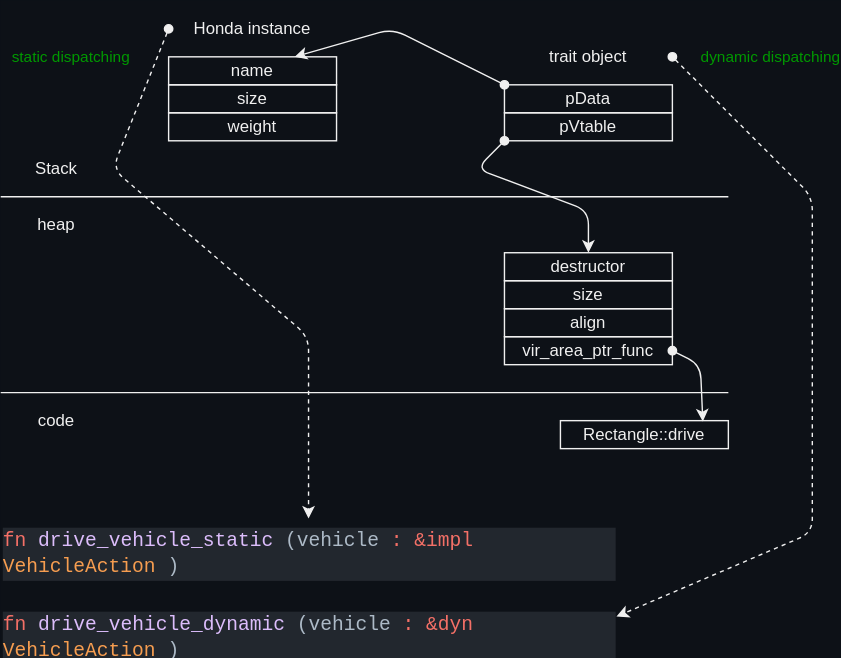
This is docs/rust/trai_bound_and_dispatching/images/static_n_dynamic_dispatch.drawio.svg from htgithub194/self-study, a draw.io export, as it was before one commit. Source tidied: cells renumbered, new cells last; positions are measured from the earlier drawing's top-left corner, leaving out a move shared by most shapes.
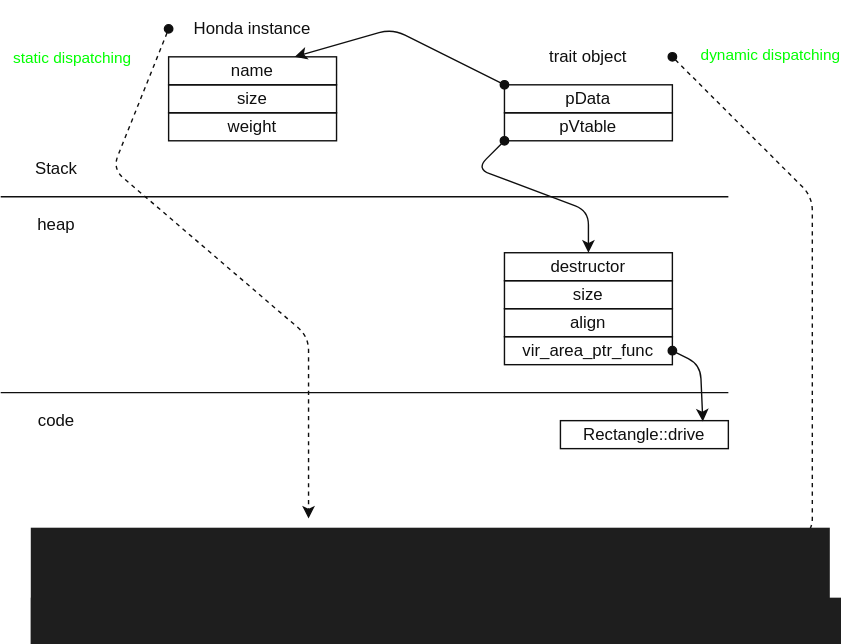
After the change.

Diff of the diagram source:
```diff
@@ -1,48 +1,49 @@
-<mxGraphModel background="#0D1117">
+<mxGraphModel>
   <root>
     <mxCell id="0" />
     <mxCell id="1" parent="0" />
-    <mxCell id="2" value="name" style="rounded=0;whiteSpace=wrap;html=1;fillColor=none;strokeColor=#F0F0F0;fontColor=#F0F0F0;" parent="1" vertex="1">
+    <mxCell id="2" value="name" style="rounded=0;whiteSpace=wrap;html=1;fillColor=none;strokeColor=light-dark(#0F0F0F,#F0F0F0);fontColor=light-dark(#0F0F0F,#F0F0F0);" parent="1" vertex="1">
       <mxGeometry x="120" y="40" width="120" height="20" as="geometry" />
     </mxCell>
-    <mxCell id="3" value="heap" style="text;html=1;strokeColor=none;fillColor=none;align=center;verticalAlign=middle;whiteSpace=wrap;rounded=0;fontColor=#F0F0F0;" parent="1" vertex="1">
+    <mxCell id="3" value="heap" style="text;html=1;strokeColor=none;fillColor=none;align=center;verticalAlign=middle;whiteSpace=wrap;rounded=0;fontColor=light-dark(#0F0F0F,#F0F0F0);" parent="1" vertex="1">
       <mxGeometry y="140" width="80" height="40" as="geometry" />
     </mxCell>
-    <mxCell id="4" value="Stack" style="text;html=1;strokeColor=none;fillColor=none;align=center;verticalAlign=middle;whiteSpace=wrap;rounded=0;fontColor=#F0F0F0;" parent="1" vertex="1">
+    <mxCell id="4" value="Stack" style="text;html=1;strokeColor=none;fillColor=none;align=center;verticalAlign=middle;whiteSpace=wrap;rounded=0;fontColor=light-dark(#0F0F0F,#F0F0F0);" parent="1" vertex="1">
       <mxGeometry y="100" width="80" height="40" as="geometry" />
     </mxCell>
-    <mxCell id="5" value="size" style="rounded=0;whiteSpace=wrap;html=1;fillColor=none;strokeColor=#F0F0F0;fontColor=#F0F0F0;" parent="1" vertex="1">
+    <mxCell id="5" value="size" style="rounded=0;whiteSpace=wrap;html=1;fillColor=none;strokeColor=light-dark(#0F0F0F,#F0F0F0);fontColor=light-dark(#0F0F0F,#F0F0F0);" parent="1" vertex="1">
       <mxGeometry x="120" y="60" width="120" height="20" as="geometry" />
     </mxCell>
-    <mxCell id="6" value="weight" style="rounded=0;whiteSpace=wrap;html=1;fillColor=none;strokeColor=#F0F0F0;fontColor=#F0F0F0;" parent="1" vertex="1">
+    <mxCell id="6" value="weight" style="rounded=0;whiteSpace=wrap;html=1;fillColor=none;strokeColor=light-dark(#0F0F0F,#F0F0F0);fontColor=light-dark(#0F0F0F,#F0F0F0);" parent="1" vertex="1">
       <mxGeometry x="120" y="80" width="120" height="20" as="geometry" />
     </mxCell>
-    <mxCell id="7" style="edgeStyle=none;html=1;entryX=0.5;entryY=0;entryDx=0;entryDy=0;dashed=1;strokeColor=#F0F0F0;fontColor=#F0F0F0;startArrow=oval;startFill=1;exitX=0;exitY=0.5;exitDx=0;exitDy=0;" parent="1" edge="1" source="9" target="16">
+    <mxCell id="7" style="edgeStyle=none;html=1;entryX=0.5;entryY=0;entryDx=0;entryDy=0;dashed=1;strokeColor=light-dark(#0F0F0F,#F0F0F0);fontColor=light-dark(#0F0F0F,#F0F0F0);startArrow=oval;startFill=1;exitX=0;exitY=0.5;exitDx=0;exitDy=0;" parent="1" edge="1" source="9">
       <mxGeometry relative="1" as="geometry">
+        <mxPoint x="220" y="370" as="targetPoint" />
         <Array as="points">
           <mxPoint x="80" y="120" />
           <mxPoint x="220" y="240" />
         </Array>
       </mxGeometry>
     </mxCell>
-    <mxCell id="8" value="static dispatching" style="edgeLabel;html=1;align=center;verticalAlign=middle;fontColor=#009900;labelBackgroundColor=none;" parent="7" vertex="1">
+    <mxCell id="8" value="static dispatching" style="edgeLabel;html=1;align=center;verticalAlign=middle;fontColor=light-dark(#00FF00,#00FF00);labelBackgroundColor=none;" parent="7" vertex="1">
       <mxGeometry x="-0.25" y="-1" relative="1" as="geometry">
         <mxPoint x="-68" y="-114" as="offset" />
       </mxGeometry>
     </mxCell>
-    <mxCell id="9" value="Honda instance" style="text;html=1;strokeColor=none;fillColor=none;align=center;verticalAlign=middle;whiteSpace=wrap;rounded=0;fontColor=#F0F0F0;" parent="1" vertex="1">
+    <mxCell id="9" value="Honda instance" style="text;html=1;strokeColor=none;fillColor=none;align=center;verticalAlign=middle;whiteSpace=wrap;rounded=0;fontColor=light-dark(#0F0F0F,#F0F0F0);" parent="1" vertex="1">
       <mxGeometry x="120" width="120" height="40" as="geometry" />
     </mxCell>
-    <mxCell id="10" style="endArrow=none;html=1;fontColor=#F0F0F0;strokeColor=#F0F0F0;" parent="1" edge="1">
+    <mxCell id="10" style="endArrow=none;html=1;fontColor=light-dark(#0F0F0F,#F0F0F0);strokeColor=light-dark(#0F0F0F,#F0F0F0);" parent="1" edge="1">
       <mxGeometry relative="1" as="geometry">
         <mxPoint y="140" as="sourcePoint" />
         <mxPoint x="520" y="140" as="targetPoint" />
       </mxGeometry>
     </mxCell>
-    <mxCell id="11" value="code" style="text;html=1;strokeColor=none;fillColor=none;align=center;verticalAlign=middle;whiteSpace=wrap;rounded=0;fontColor=#F0F0F0;" parent="1" vertex="1">
+    <mxCell id="11" value="code" style="text;html=1;strokeColor=none;fillColor=none;align=center;verticalAlign=middle;whiteSpace=wrap;rounded=0;fontColor=light-dark(#0F0F0F,#F0F0F0);" parent="1" vertex="1">
       <mxGeometry y="280" width="80" height="40" as="geometry" />
     </mxCell>
-    <mxCell id="12" style="edgeStyle=none;html=1;fontColor=#F0F0F0;exitX=0;exitY=1;exitDx=0;exitDy=0;startArrow=oval;startFill=1;strokeColor=#F0F0F0;" parent="1" edge="1" source="13">
+    <mxCell id="12" style="edgeStyle=none;html=1;fontColor=light-dark(#0F0F0F,#F0F0F0);exitX=0;exitY=1;exitDx=0;exitDy=0;startArrow=oval;startFill=1;strokeColor=light-dark(#0F0F0F,#F0F0F0);" parent="1" edge="1" source="13">
       <mxGeometry relative="1" as="geometry">
         <mxPoint x="420" y="180" as="targetPoint" />
         <Array as="points">
@@ -51,58 +52,53 @@
         </Array>
       </mxGeometry>
     </mxCell>
-    <mxCell id="13" value="pVtable" style="rounded=0;whiteSpace=wrap;html=1;fillColor=none;strokeColor=#F0F0F0;fontColor=#F0F0F0;" parent="1" vertex="1">
+    <mxCell id="13" value="pVtable" style="rounded=0;whiteSpace=wrap;html=1;fillColor=none;strokeColor=light-dark(#0F0F0F,#F0F0F0);fontColor=light-dark(#0F0F0F,#F0F0F0);" parent="1" vertex="1">
       <mxGeometry x="360" y="80" width="120" height="20" as="geometry" />
     </mxCell>
-    <mxCell id="14" style="edgeStyle=none;html=1;entryX=0.75;entryY=1;entryDx=0;entryDy=0;strokeColor=#F0F0F0;fontColor=#F0F0F0;startArrow=oval;startFill=1;exitX=0;exitY=0;exitDx=0;exitDy=0;" parent="1" edge="1" source="15" target="9">
+    <mxCell id="14" style="edgeStyle=none;html=1;entryX=0.75;entryY=1;entryDx=0;entryDy=0;strokeColor=light-dark(#0F0F0F,#F0F0F0);fontColor=light-dark(#0F0F0F,#F0F0F0);startArrow=oval;startFill=1;exitX=0;exitY=0;exitDx=0;exitDy=0;" parent="1" edge="1" source="15" target="9">
       <mxGeometry relative="1" as="geometry">
         <Array as="points">
           <mxPoint x="280" y="20" />
         </Array>
       </mxGeometry>
     </mxCell>
-    <mxCell id="15" value="pData" style="rounded=0;whiteSpace=wrap;html=1;fillColor=none;strokeColor=#F0F0F0;fontColor=#F0F0F0;" parent="1" vertex="1">
+    <mxCell id="15" value="pData" style="rounded=0;whiteSpace=wrap;html=1;fillColor=none;strokeColor=light-dark(#0F0F0F,#F0F0F0);fontColor=light-dark(#0F0F0F,#F0F0F0);" parent="1" vertex="1">
       <mxGeometry x="360" y="60" width="120" height="20" as="geometry" />
     </mxCell>
-    <mxCell id="16" value="&lt;div style=&quot;color: rgb(173, 186, 199); background-color: rgb(34, 39, 46); font-family: Consolas, &amp;quot;Courier New&amp;quot;, monospace; font-weight: normal; font-size: 14px; line-height: 19px;&quot;&gt;&lt;div&gt;&lt;span style=&quot;color: #f47067;&quot;&gt;fn&lt;/span&gt;&lt;span style=&quot;color: #adbac7;&quot;&gt; &lt;/span&gt;&lt;span style=&quot;color: #dcbdfb;&quot;&gt;drive_vehicle_static&lt;/span&gt;&lt;span style=&quot;color: #adbac7;&quot;&gt;(vehicle&lt;/span&gt;&lt;span style=&quot;color: #f47067;&quot;&gt;:&lt;/span&gt;&lt;span style=&quot;color: #adbac7;&quot;&gt; &lt;/span&gt;&lt;span style=&quot;color: #f47067;&quot;&gt;&amp;amp;impl&lt;/span&gt;&lt;span style=&quot;color: #adbac7;&quot;&gt; &lt;/span&gt;&lt;span style=&quot;color: #f69d50;&quot;&gt;VehicleAction&lt;/span&gt;&lt;span style=&quot;color: #adbac7;&quot;&gt;)&lt;/span&gt;&lt;/div&gt;&lt;/div&gt;" style="text;whiteSpace=wrap;html=1;fontColor=#F0F0F0;" parent="1" vertex="1">
-      <mxGeometry y="370" width="440" height="40" as="geometry" />
-    </mxCell>
-    <mxCell id="17" value="&lt;div style=&quot;color: rgb(173, 186, 199); background-color: rgb(34, 39, 46); font-family: Consolas, &amp;quot;Courier New&amp;quot;, monospace; font-weight: normal; font-size: 14px; line-height: 19px;&quot;&gt;&lt;div&gt;&lt;span style=&quot;color: #f47067;&quot;&gt;fn&lt;/span&gt;&lt;span style=&quot;color: #adbac7;&quot;&gt; &lt;/span&gt;&lt;span style=&quot;color: #dcbdfb;&quot;&gt;drive_vehicle_dynamic&lt;/span&gt;&lt;span style=&quot;color: #adbac7;&quot;&gt;(vehicle&lt;/span&gt;&lt;span style=&quot;color: #f47067;&quot;&gt;:&lt;/span&gt;&lt;span style=&quot;color: #adbac7;&quot;&gt; &lt;/span&gt;&lt;span style=&quot;color: #f47067;&quot;&gt;&amp;amp;dyn&lt;/span&gt;&lt;span style=&quot;color: #adbac7;&quot;&gt; &lt;/span&gt;&lt;span style=&quot;color: #f69d50;&quot;&gt;VehicleAction&lt;/span&gt;&lt;span style=&quot;color: #adbac7;&quot;&gt;)&lt;/span&gt;&lt;/div&gt;&lt;/div&gt;" style="text;whiteSpace=wrap;html=1;fontColor=#F0F0F0;" parent="1" vertex="1">
-      <mxGeometry y="430" width="440" height="40" as="geometry" />
-    </mxCell>
-    <mxCell id="18" value="destructor" style="rounded=0;whiteSpace=wrap;html=1;flipH=1;flipV=1;fillColor=none;fontColor=#F0F0F0;strokeColor=#F0F0F0;" parent="1" vertex="1">
+    <mxCell id="18" value="destructor" style="rounded=0;whiteSpace=wrap;html=1;flipH=1;flipV=1;fillColor=none;fontColor=light-dark(#0F0F0F,#F0F0F0);strokeColor=light-dark(#0F0F0F,#F0F0F0);" parent="1" vertex="1">
       <mxGeometry x="360" y="180" width="120" height="20" as="geometry" />
     </mxCell>
-    <mxCell id="19" value="size" style="rounded=0;whiteSpace=wrap;html=1;flipH=1;flipV=1;fillColor=none;fontColor=#F0F0F0;strokeColor=#F0F0F0;" parent="1" vertex="1">
+    <mxCell id="19" value="size" style="rounded=0;whiteSpace=wrap;html=1;flipH=1;flipV=1;fillColor=none;fontColor=light-dark(#0F0F0F,#F0F0F0);strokeColor=light-dark(#0F0F0F,#F0F0F0);" parent="1" vertex="1">
       <mxGeometry x="360" y="200" width="120" height="20" as="geometry" />
     </mxCell>
-    <mxCell id="20" style="edgeStyle=none;html=1;entryX=0.152;entryY=0.972;entryDx=0;entryDy=0;exitX=1;exitY=0.5;exitDx=0;exitDy=0;startArrow=oval;startFill=1;strokeColor=#F0F0F0;entryPerimeter=0;" parent="1" edge="1" source="21" target="22">
+    <mxCell id="20" style="edgeStyle=none;html=1;entryX=0.152;entryY=0.972;entryDx=0;entryDy=0;exitX=1;exitY=0.5;exitDx=0;exitDy=0;startArrow=oval;startFill=1;strokeColor=light-dark(#0F0F0F,#F0F0F0);entryPerimeter=0;fontColor=light-dark(#0F0F0F,#F0F0F0);" parent="1" edge="1" source="21" target="22">
       <mxGeometry relative="1" as="geometry">
         <Array as="points">
           <mxPoint x="500" y="260" />
         </Array>
       </mxGeometry>
     </mxCell>
-    <mxCell id="21" value="vir_area_ptr_func" style="rounded=0;whiteSpace=wrap;html=1;flipH=1;flipV=1;fillColor=none;fontColor=#F0F0F0;strokeColor=#F0F0F0;" parent="1" vertex="1">
+    <mxCell id="21" value="vir_area_ptr_func" style="rounded=0;whiteSpace=wrap;html=1;flipH=1;flipV=1;fillColor=none;fontColor=light-dark(#0F0F0F,#F0F0F0);strokeColor=light-dark(#0F0F0F,#F0F0F0);" parent="1" vertex="1">
       <mxGeometry x="360" y="240" width="120" height="20" as="geometry" />
     </mxCell>
-    <mxCell id="22" value="Rectangle::drive" style="rounded=0;whiteSpace=wrap;html=1;flipH=1;flipV=1;fillColor=none;fontColor=#F0F0F0;strokeColor=#F0F0F0;" parent="1" vertex="1">
+    <mxCell id="22" value="Rectangle::drive" style="rounded=0;whiteSpace=wrap;html=1;flipH=1;flipV=1;fillColor=none;fontColor=light-dark(#0F0F0F,#F0F0F0);strokeColor=light-dark(#0F0F0F,#F0F0F0);" parent="1" vertex="1">
       <mxGeometry x="400" y="300" width="120" height="20" as="geometry" />
     </mxCell>
-    <mxCell id="23" value="align" style="rounded=0;whiteSpace=wrap;html=1;flipH=1;flipV=1;fillColor=none;fontColor=#F0F0F0;strokeColor=#F0F0F0;" parent="1" vertex="1">
+    <mxCell id="23" value="align" style="rounded=0;whiteSpace=wrap;html=1;flipH=1;flipV=1;fillColor=none;fontColor=light-dark(#0F0F0F,#F0F0F0);strokeColor=light-dark(#0F0F0F,#F0F0F0);" parent="1" vertex="1">
       <mxGeometry x="360" y="220" width="120" height="20" as="geometry" />
     </mxCell>
-    <mxCell id="24" style="endArrow=none;html=1;fontColor=#F0F0F0;strokeColor=#F0F0F0;" parent="1" edge="1">
+    <mxCell id="24" style="endArrow=none;html=1;fontColor=light-dark(#0F0F0F,#F0F0F0);strokeColor=light-dark(#0F0F0F,#F0F0F0);" parent="1" edge="1">
       <mxGeometry relative="1" as="geometry">
         <mxPoint y="280" as="sourcePoint" />
         <mxPoint x="520" y="280" as="targetPoint" />
       </mxGeometry>
     </mxCell>
-    <mxCell id="25" value="trait object" style="text;html=1;strokeColor=none;fillColor=none;align=center;verticalAlign=middle;whiteSpace=wrap;rounded=0;fontColor=#F0F0F0;" parent="1" vertex="1">
+    <mxCell id="25" value="trait object" style="text;html=1;strokeColor=none;fillColor=none;align=center;verticalAlign=middle;whiteSpace=wrap;rounded=0;fontColor=light-dark(#0F0F0F,#F0F0F0);" parent="1" vertex="1">
       <mxGeometry x="360" y="20" width="120" height="40" as="geometry" />
     </mxCell>
-    <mxCell id="26" value="dynamic dispatching" style="edgeStyle=none;html=1;strokeColor=#F0F0F0;fontColor=#009900;startArrow=oval;startFill=1;exitX=1;exitY=0.5;exitDx=0;exitDy=0;dashed=1;entryX=1;entryY=0.25;entryDx=0;entryDy=0;labelBackgroundColor=none;" parent="1" edge="1" source="25" target="17">
+    <mxCell id="26" value="dynamic dispatching" style="edgeStyle=none;html=1;strokeColor=light-dark(#0F0F0F,#F0F0F0);fontColor=light-dark(#00FF00,#00FF00);startArrow=oval;startFill=1;exitX=1;exitY=0.5;exitDx=0;exitDy=0;dashed=1;entryX=1;entryY=0.25;entryDx=0;entryDy=0;labelBackgroundColor=none;" parent="1" edge="1" source="25">
       <mxGeometry x="-0.81" y="49" relative="1" as="geometry">
+        <mxPoint x="440" y="440" as="targetPoint" />
         <Array as="points">
           <mxPoint x="580" y="140" />
           <mxPoint x="580" y="380" />
@@ -110,5 +106,11 @@
         <mxPoint y="-1" as="offset" />
       </mxGeometry>
     </mxCell>
+    <mxCell id="27" value="&lt;div style=&quot;color: #d4d4d4;background-color: #1e1e1e;font-family: Consolas, 'Courier New', monospace;font-weight: normal;font-size: 14px;line-height: 19px;white-space: pre;&quot;&gt;&lt;div&gt;&lt;span style=&quot;color: #569cd6;&quot;&gt;fn&lt;/span&gt;&lt;span style=&quot;color: #d4d4d4;&quot;&gt; &lt;/span&gt;&lt;span style=&quot;color: #dcdcaa;&quot;&gt;drive_vehicle_static&lt;/span&gt;&lt;span style=&quot;color: #d4d4d4;&quot;&gt;(&lt;/span&gt;&lt;span style=&quot;color: #9cdcfe;&quot;&gt;vehicle&lt;/span&gt;&lt;span style=&quot;color: #d4d4d4;&quot;&gt;: &amp;amp;&lt;/span&gt;&lt;span style=&quot;color: #569cd6;&quot;&gt;impl&lt;/span&gt;&lt;span style=&quot;color: #d4d4d4;&quot;&gt; &lt;/span&gt;&lt;span style=&quot;color: #4ec9b0;&quot;&gt;VehicleAction&lt;/span&gt;&lt;span style=&quot;color: #d4d4d4;&quot;&gt;) &lt;/span&gt;&lt;/div&gt;&lt;/div&gt;" style="text;whiteSpace=wrap;html=1;" parent="1" vertex="1">
+      <mxGeometry x="20" y="370" width="450" height="40" as="geometry" />
+    </mxCell>
+    <mxCell id="28" value="&lt;div style=&quot;color: #d4d4d4;background-color: #1e1e1e;font-family: Consolas, 'Courier New', monospace;font-weight: normal;font-size: 14px;line-height: 19px;white-space: pre;&quot;&gt;&lt;div&gt;&lt;span style=&quot;color: #569cd6;&quot;&gt;fn&lt;/span&gt;&lt;span style=&quot;color: #d4d4d4;&quot;&gt; &lt;/span&gt;&lt;span style=&quot;color: #dcdcaa;&quot;&gt;drive_vehicle_dynamic&lt;/span&gt;&lt;span style=&quot;color: #d4d4d4;&quot;&gt;(&lt;/span&gt;&lt;span style=&quot;color: #9cdcfe;&quot;&gt;vehicle&lt;/span&gt;&lt;span style=&quot;color: #d4d4d4;&quot;&gt;: &amp;amp;&lt;/span&gt;&lt;span style=&quot;color: #569cd6;&quot;&gt;dyn&lt;/span&gt;&lt;span style=&quot;color: #d4d4d4;&quot;&gt; &lt;/span&gt;&lt;span style=&quot;color: #4ec9b0;&quot;&gt;VehicleAction&lt;/span&gt;&lt;span style=&quot;color: #d4d4d4;&quot;&gt;) &lt;/span&gt;&lt;/div&gt;&lt;/div&gt;" style="text;whiteSpace=wrap;html=1;" parent="1" vertex="1">
+      <mxGeometry x="20" y="420" width="450" height="40" as="geometry" />
+    </mxCell>
   </root>
 </mxGraphModel>
```
